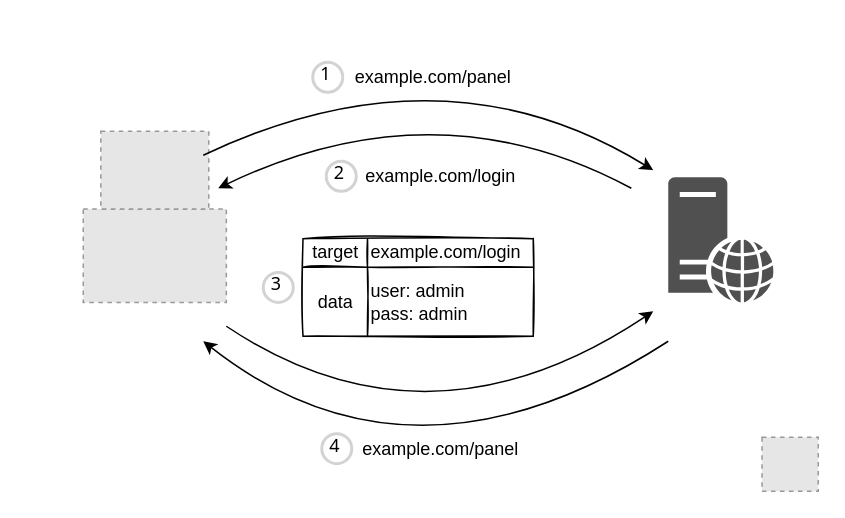
This is default-credential.drawio from qeeqbox/default-credential, a draw.io file, before an edit. Source tidied: cells renumbered, new cells numbered last; positions are measured from the earlier drawing's top-left corner, leaving out a move shared by most shapes. Both pictures are drawn from the tidied source at 150%, with x=0, y=0 at pixel (26, 26). Pictures stored in the file or linked from it are replaced by grey dashed boxes.
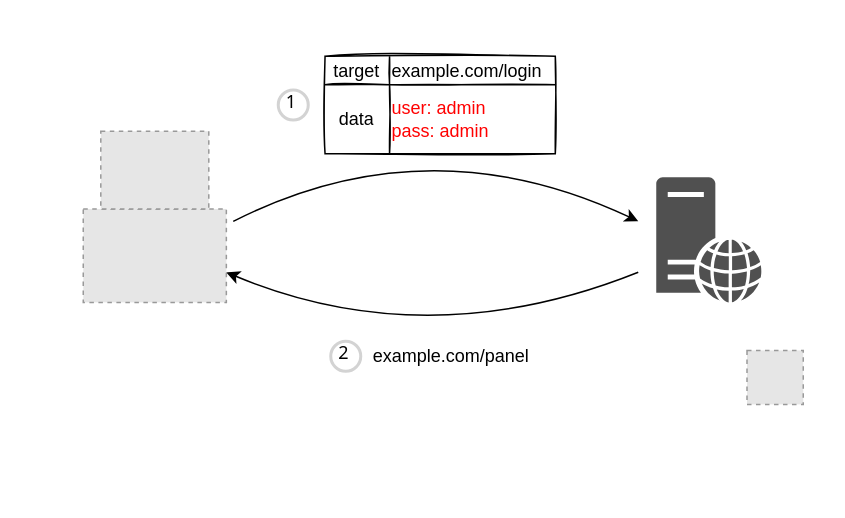
The same diagram, later.

The change refers to these unchanged cells:
```xml
<mxCell id="22" style="shape=tableRow;horizontal=0;startSize=0;swimlaneHead=0;swimlaneBody=0;top=0;left=0;bottom=0;right=0;fillColor=none;" parent="18" vertex="1">
  <mxGeometry y="19" width="153.5" height="46" as="geometry" />
</mxCell>
```

Change to the diagram source:
```diff
@@
     <mxCell id="2" style="rounded=0;whiteSpace=wrap;html=1;strokeColor=none;" parent="1" vertex="1">
-      <mxGeometry width="528" height="310" as="geometry" />
+      <mxGeometry x="18" y="2.1" width="500" height="250" as="geometry" />
     </mxCell>
@@
     <mxCell id="6" style="sketch=0;shadow=0;dashed=0;html=1;strokeColor=none;fillColor=#505050;labelPosition=center;verticalLabelPosition=bottom;verticalAlign=top;align=center;shape=mxgraph.office.servers.web_server;" parent="1" vertex="1">
-      <mxGeometry x="428" y="100.6" width="70.3" height="83.5" as="geometry" />
+      <mxGeometry x="420" y="100.6" width="70.3" height="83.5" as="geometry" />
     </mxCell>
     <mxCell id="7" style="curved=1;endArrow=classic;html=1;" parent="1" edge="1">
       <mxGeometry relative="1" as="geometry">
-        <mxPoint x="118" y="86" as="sourcePoint" />
-        <mxPoint x="418" y="96" as="targetPoint" />
+        <mxPoint x="138" y="130.1" as="sourcePoint" />
+        <mxPoint x="408" y="130" as="targetPoint" />
         <Array as="points">
-          <mxPoint x="278" y="10" />
+          <mxPoint x="268" y="64" />
         </Array>
       </mxGeometry>
     </mxCell>
-    <mxCell id="8" value="example.com/login" style="text;html=1;align=center;verticalAlign=middle;strokeColor=none;fillColor=none;" parent="1" vertex="1">
-      <mxGeometry x="216" y="90" width="120" height="20" as="geometry" />
-    </mxCell>
-    <mxCell id="9" style="curved=1;endArrow=classic;html=1;" parent="1" edge="1">
-      <mxGeometry relative="1" as="geometry">
-        <mxPoint x="403.4" y="108" as="sourcePoint" />
-        <mxPoint x="128" y="108" as="targetPoint" />
-        <Array as="points">
-          <mxPoint x="273.4" y="38" />
-        </Array>
-      </mxGeometry>
-    </mxCell>
     <mxCell id="10" style="curved=1;endArrow=classic;html=1;" parent="1" edge="1">
       <mxGeometry relative="1" as="geometry">
-        <mxPoint x="428" y="210" as="sourcePoint" />
-        <mxPoint x="118" y="210" as="targetPoint" />
+        <mxPoint x="408" y="164" as="sourcePoint" />
+        <mxPoint x="133.4" y="164.1" as="targetPoint" />
         <Array as="points">
-          <mxPoint x="258" y="320" />
+          <mxPoint x="268" y="220" />
         </Array>
       </mxGeometry>
     </mxCell>
-    <mxCell id="11" style="curved=1;endArrow=classic;html=1;" parent="1" edge="1">
-      <mxGeometry relative="1" as="geometry">
-        <mxPoint x="133.4" y="200" as="sourcePoint" />
-        <mxPoint x="418" y="190" as="targetPoint" />
-        <Array as="points">
-          <mxPoint x="268" y="290" />
-        </Array>
-      </mxGeometry>
-    </mxCell>
     <mxCell id="12" value="example.com/panel" style="text;html=1;align=center;verticalAlign=middle;strokeColor=none;fillColor=none;" parent="1" vertex="1">
-      <mxGeometry x="216" y="271.6" width="120" height="20" as="geometry" />
+      <mxGeometry x="223" y="210" width="120" height="20" as="geometry" />
     </mxCell>
-    <mxCell id="13" value="1" style="ellipse;whiteSpace=wrap;html=1;strokeWidth=2;fontFamily=Tahoma;spacingBottom=4;spacingRight=2;strokeColor=#d3d3d3;" parent="1" vertex="1">
-      <mxGeometry x="191" y="24" width="20" height="20" as="geometry" />
-    </mxCell>
-    <mxCell id="14" value="2" style="ellipse;whiteSpace=wrap;html=1;strokeWidth=2;fontFamily=Tahoma;spacingBottom=4;spacingRight=2;strokeColor=#d3d3d3;" parent="1" vertex="1">
-      <mxGeometry x="200" y="90" width="20" height="20" as="geometry" />
-    </mxCell>
-    <mxCell id="15" value="3" style="ellipse;whiteSpace=wrap;html=1;strokeWidth=2;fontFamily=Tahoma;spacingBottom=4;spacingRight=2;strokeColor=#d3d3d3;" parent="1" vertex="1">
-      <mxGeometry x="158" y="164.1" width="20" height="20" as="geometry" />
+    <mxCell id="15" value="1" style="ellipse;whiteSpace=wrap;html=1;strokeWidth=2;fontFamily=Tahoma;spacingBottom=4;spacingRight=2;strokeColor=#d3d3d3;" parent="1" vertex="1">
+      <mxGeometry x="168" y="42.5" width="20" height="20" as="geometry" />
     </mxCell>
-    <mxCell id="16" value="4" style="ellipse;whiteSpace=wrap;html=1;strokeWidth=2;fontFamily=Tahoma;spacingBottom=4;spacingRight=2;strokeColor=#d3d3d3;" parent="1" vertex="1">
-      <mxGeometry x="197" y="271.6" width="20" height="20" as="geometry" />
+    <mxCell id="16" value="2" style="ellipse;whiteSpace=wrap;html=1;strokeWidth=2;fontFamily=Tahoma;spacingBottom=4;spacingRight=2;strokeColor=#d3d3d3;" parent="1" vertex="1">
+      <mxGeometry x="203" y="210" width="20" height="20" as="geometry" />
     </mxCell>
     <mxCell id="17" style="fillColor=#E6E6E6;strokeColor=#999999;dashed=1;verticalLabelPosition=bottom;labelBackgroundColor=default;verticalAlign=top;" parent="1" vertex="1">
-      <mxGeometry x="490.5" y="274" width="37.5" height="36" as="geometry" />
+      <mxGeometry x="480.5" y="216.1" width="37.5" height="36" as="geometry" />
     </mxCell>
     <mxCell id="18" style="shape=table;html=1;whiteSpace=wrap;startSize=0;childLayout=tableLayout;align=left;rounded=0;shadow=0;sketch=1;arcSize=0;" parent="1" vertex="1">
-      <mxGeometry x="184.5" y="141.6" width="153.5" height="65" as="geometry" />
+      <mxGeometry x="199.2" y="20" width="153.5" height="65" as="geometry" />
     </mxCell>
@@
-    <mxCell id="24" value="&lt;span&gt;user: admin&lt;/span&gt;&lt;br&gt;&lt;span&gt;pass: admin&lt;/span&gt;" style="shape=partialRectangle;html=1;whiteSpace=wrap;fillColor=none;top=0;left=0;bottom=0;right=0;overflow=hidden;align=left;" parent="22" vertex="1">
+    <mxCell id="24" value="&lt;font color=&quot;#ff0000&quot;&gt;&lt;span&gt;user: admin&lt;/span&gt;&lt;br&gt;&lt;span&gt;pass: admin&lt;/span&gt;&lt;/font&gt;" style="shape=partialRectangle;html=1;whiteSpace=wrap;fillColor=none;top=0;left=0;bottom=0;right=0;overflow=hidden;align=left;" parent="22" vertex="1">
       <mxGeometry x="43" width="111" height="46" as="geometry" />
     </mxCell>
-    <mxCell id="25" value="example.com/panel" style="text;html=1;align=center;verticalAlign=middle;strokeColor=none;fillColor=none;" parent="1" vertex="1">
-      <mxGeometry x="211" y="24" width="120" height="20" as="geometry" />
-    </mxCell>
```
